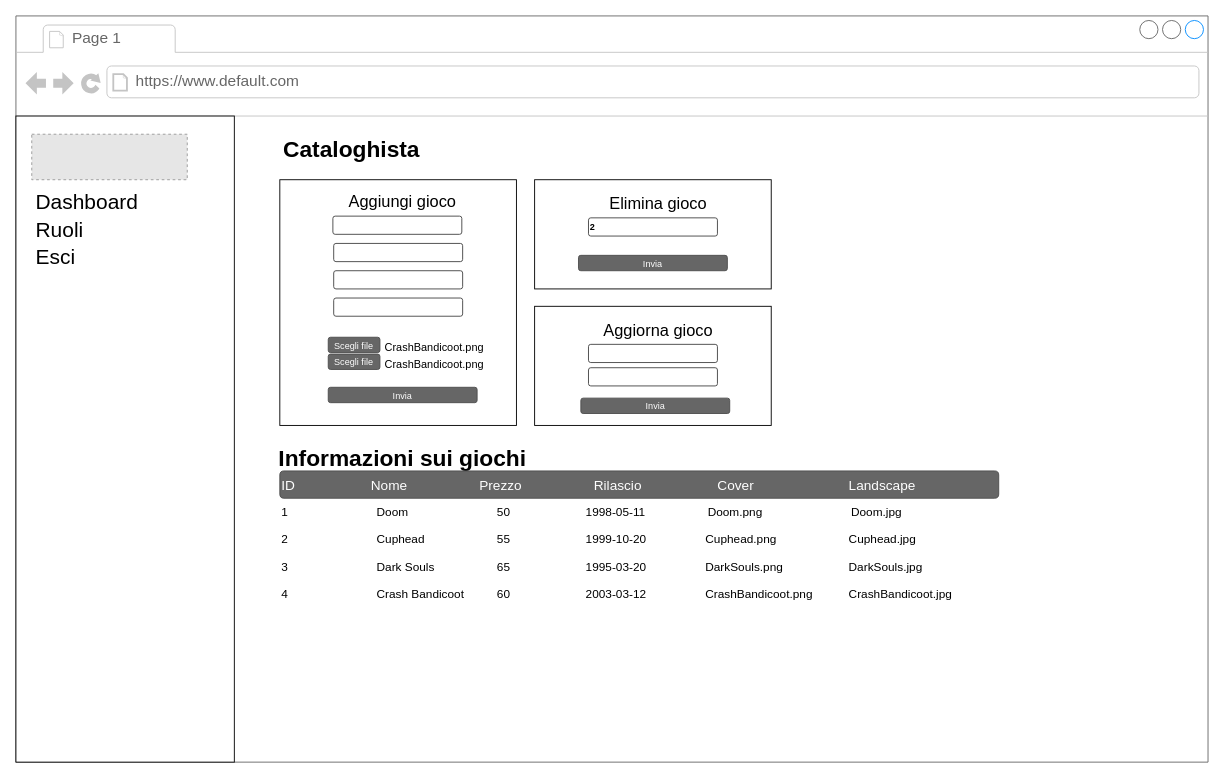
Before: 2021-11-11/Schemi/Mockups/cataloghista_rimuovi_gioco_mockup.drawio in is-shodan-20-21/docs, a draw.io diagram. Source tidied: cells renumbered, new cells numbered last; positions are measured from the earlier drawing's top-left corner, leaving out a move shared by most shapes. Both pictures are drawn from the tidied source at 91%, with x=0, y=0 at pixel (15, 15). Pictures stored in the file or linked from it are replaced by grey dashed boxes.
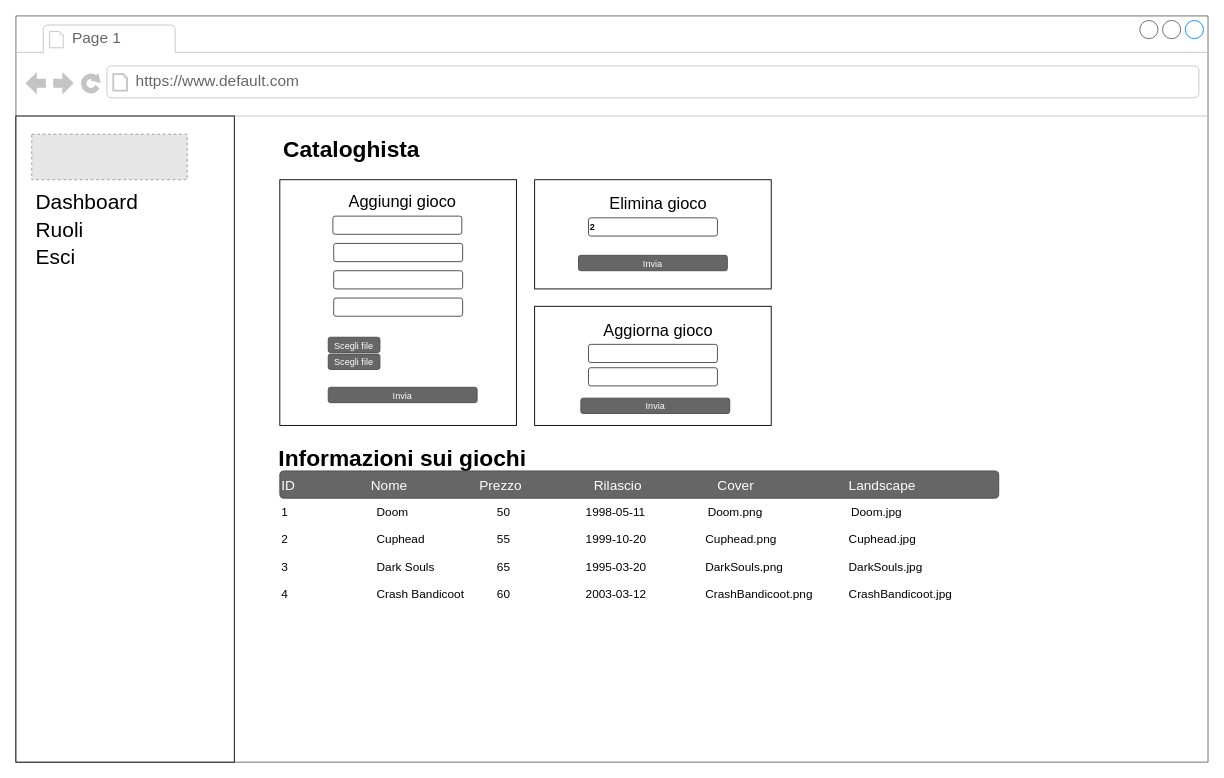
After the change.

The change refers to these unchanged cells:
```xml
<mxCell id="2" style="strokeWidth=1;shadow=0;dashed=0;align=center;html=1;shape=mxgraph.mockup.containers.browserWindow;rSize=0;strokeColor=#666666;mainText=,;rounded=0;labelBackgroundColor=none;fontFamily=Verdana;fontSize=12;" parent="1" vertex="1">
  <mxGeometry width="1310" height="820" as="geometry" />
</mxCell>
```

What changed in the source:
```diff
@@
-    <mxCell id="18" value="&lt;font style=&quot;font-size: 12px&quot;&gt;&lt;font style=&quot;font-size: 12px&quot;&gt;CrashBandicoot&lt;/font&gt;.png&lt;/font&gt;" style="text;html=1;strokeColor=none;fillColor=none;align=center;verticalAlign=middle;whiteSpace=wrap;rounded=0;fontSize=23;" parent="2" vertex="1">
-      <mxGeometry x="400" y="371.6" width="120" height="15" as="geometry" />
-    </mxCell>
@@
-    <mxCell id="21" value="&lt;font style=&quot;font-size: 12px&quot;&gt;&lt;font style=&quot;font-size: 12px&quot;&gt;CrashBandicoot&lt;/font&gt;.png&lt;/font&gt;" style="text;html=1;strokeColor=none;fillColor=none;align=center;verticalAlign=middle;whiteSpace=wrap;rounded=0;fontSize=23;" parent="2" vertex="1">
-      <mxGeometry x="400" y="353.1" width="120" height="15" as="geometry" />
-    </mxCell>
```
